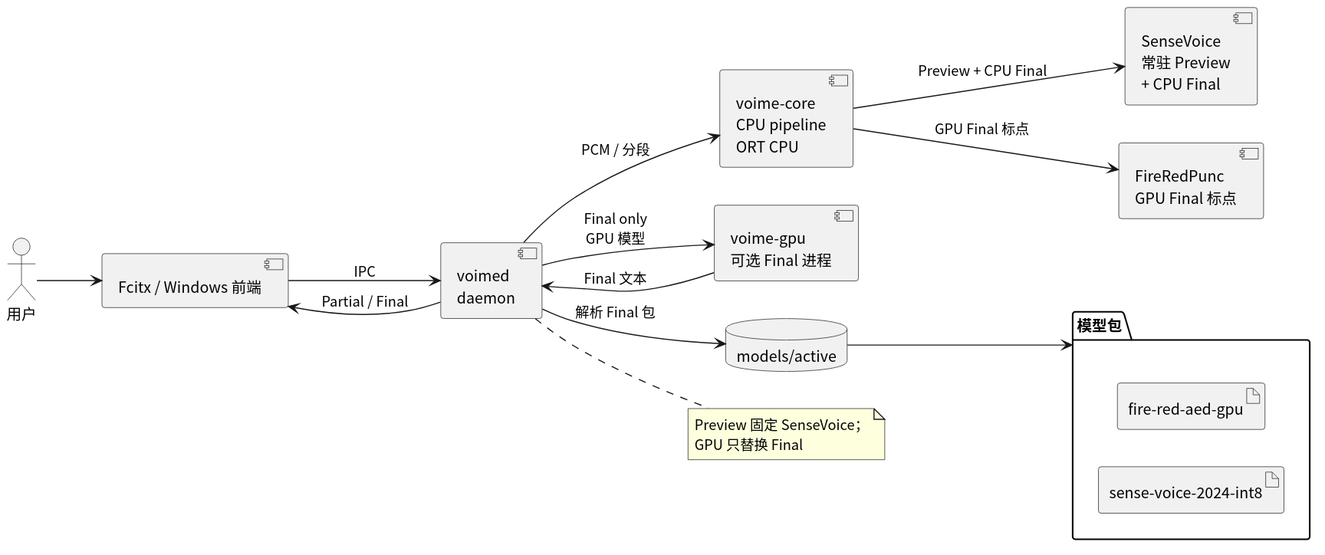
The PlantUML diagram diagram/asr-v2-architecture.svg in 54m43lJ/voime, before a commit.
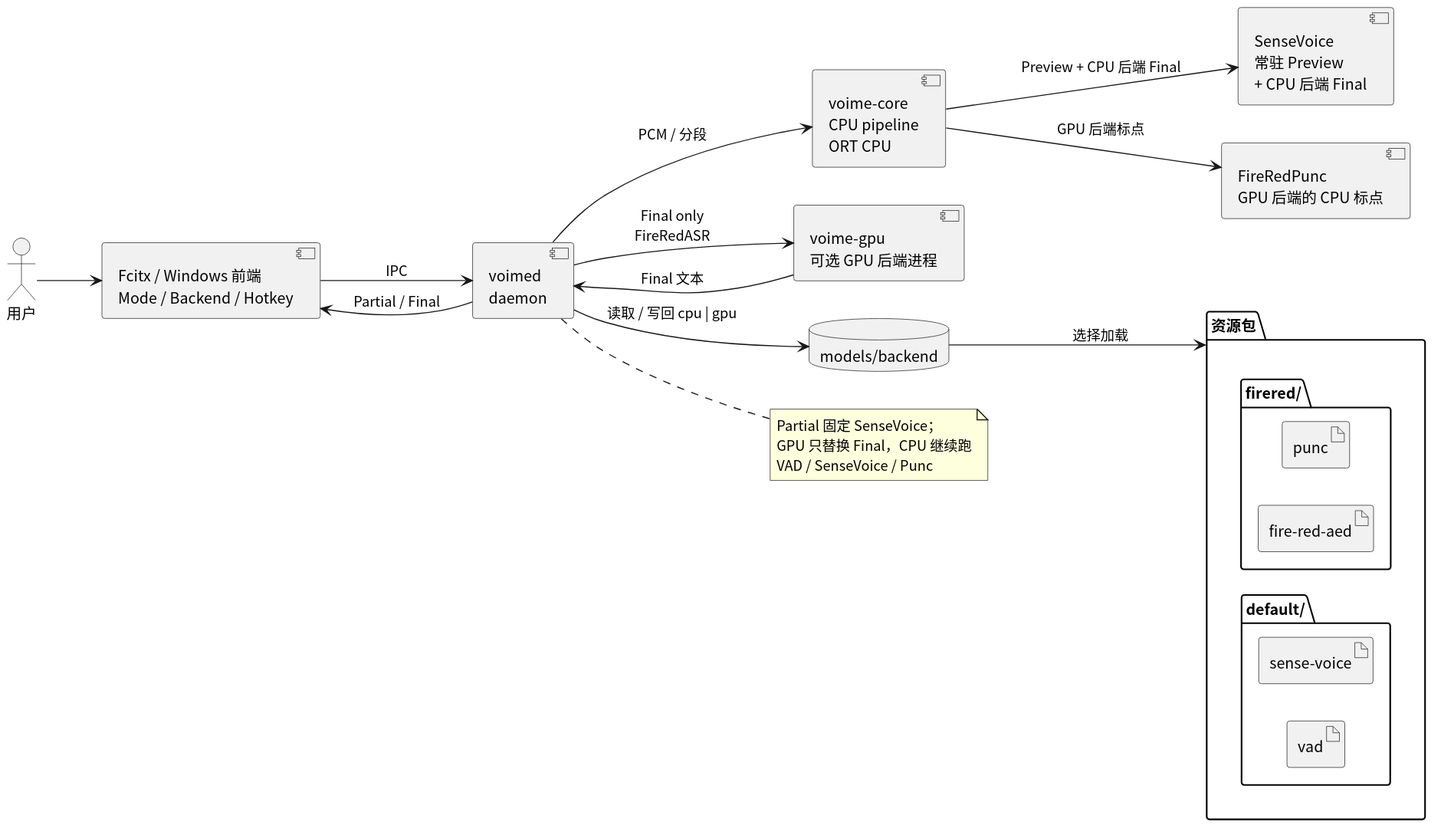
The same diagram one commit later.

Change to the diagram source:
```diff
@@ -5,32 +5,39 @@
 hide stereotype
 
 actor "用户" as User
-component "Fcitx / Windows 前端" as Frontend
+component "Fcitx / Windows 前端\nMode / Backend / Hotkey" as Frontend
 component "voimed\ndaemon" as Daemon
 component "voime-core\nCPU pipeline\nORT CPU" as Core
-component "SenseVoice\n常驻 Preview\n+ CPU Final" as SenseVoice
-component "voime-gpu\n可选 Final 进程" as GpuWorker
-component "FireRedPunc\nGPU Final 标点" as Punc
+component "SenseVoice\n常驻 Preview\n+ CPU 后端 Final" as SenseVoice
+component "voime-gpu\n可选 GPU 后端进程" as GpuWorker
+component "FireRedPunc\nGPU 后端的 CPU 标点" as Punc
 
-database "models/active" as Active
-folder "模型包" as Packages {
-  artifact "sense-voice-2024-int8" as SvPackage
-  artifact "fire-red-aed-gpu" as AedPackage
+database "models/backend" as Backend
+folder "资源包" as Packs {
+  folder "default/" as DefaultPack {
+    artifact "vad" as Vad
+    artifact "sense-voice" as SvPackage
+  }
+  folder "firered/" as FireredPack {
+    artifact "fire-red-aed" as AedPackage
+    artifact "punc" as PuncPackage
+  }
 }
 
 User --> Frontend
 Frontend --> Daemon : IPC
-Daemon --> Active : 解析 Final 包
-Active --> Packages
+Daemon --> Backend : 读取 / 写回 cpu | gpu
+Backend --> Packs : 选择加载
 Daemon --> Core : PCM / 分段
-Core --> SenseVoice : Preview + CPU Final
-Core --> Punc : GPU Final 标点
-Daemon --> GpuWorker : Final only\nGPU 模型
+Core --> SenseVoice : Preview + CPU 后端 Final
+Core --> Punc : GPU 后端标点
+Daemon --> GpuWorker : Final only\nFireRedASR
 GpuWorker --> Daemon : Final 文本
 Daemon --> Frontend : Partial / Final
 
 note right of Daemon
-  Preview 固定 SenseVoice；
-  GPU 只替换 Final
+  Partial 固定 SenseVoice；
+  GPU 只替换 Final，CPU 继续跑
+  VAD / SenseVoice / Punc
 end note
 @enduml
```
